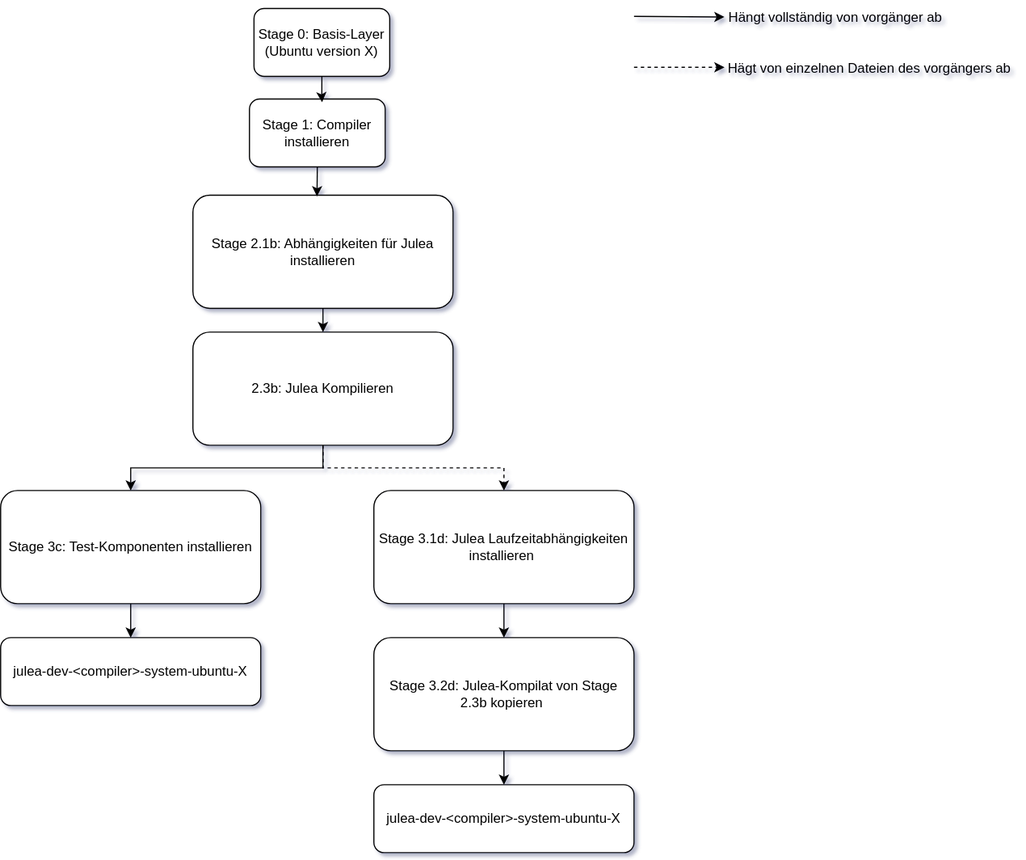
This is figures/modell-system-containerfile.drawio.svg from FinnHering/bachelor-arbeit, a draw.io export, as it was before one commit. Source tidied: cells renumbered, new cells last; positions are measured from the earlier drawing's top-left corner, leaving out a move shared by most shapes.
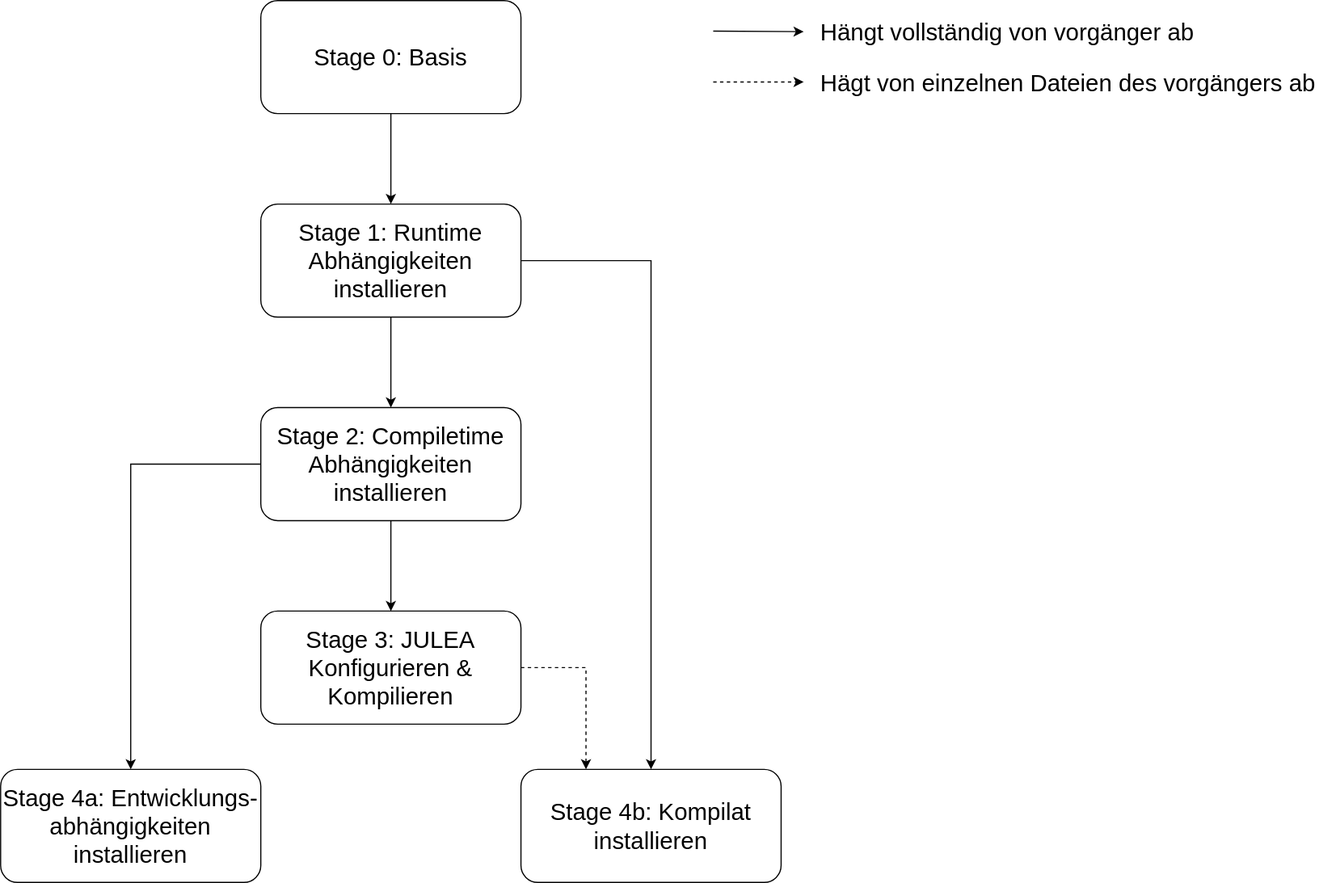
After the commit.

What changed in the source:
```diff
@@ -2,74 +2,63 @@
   <root>
     <mxCell id="0" />
     <mxCell id="1" parent="0" />
-    <mxCell id="2" value="Stage 1: Compiler installieren" style="rounded=1;whiteSpace=wrap;html=1;" parent="1" vertex="1">
-      <mxGeometry x="220" y="88" width="120" height="60" as="geometry" />
-    </mxCell>
-    <mxCell id="3" style="edgeStyle=orthogonalEdgeStyle;rounded=0;jettySize=auto;html=1;exitX=0.5;exitY=1;exitDx=0;exitDy=0;entryX=0.5;entryY=0;entryDx=0;entryDy=0;" parent="1" edge="1" source="4" target="7">
-      <mxGeometry relative="1" as="geometry" />
-    </mxCell>
-    <mxCell id="4" value="Stage 2.1b: Abhängigkeiten für Julea installieren" style="whiteSpace=wrap;html=1;rounded=1;" parent="1" vertex="1">
-      <mxGeometry x="170" y="173" width="230" height="100" as="geometry" />
-    </mxCell>
-    <mxCell id="5" style="edgeStyle=orthogonalEdgeStyle;rounded=0;jettySize=auto;html=1;entryX=0.5;entryY=0;entryDx=0;entryDy=0;" parent="1" edge="1" source="7" target="9">
-      <mxGeometry relative="1" as="geometry" />
-    </mxCell>
-    <mxCell id="6" style="edgeStyle=orthogonalEdgeStyle;rounded=0;jettySize=auto;html=1;entryX=0.5;entryY=0;entryDx=0;entryDy=0;dashed=1;" parent="1" edge="1" source="7" target="11">
-      <mxGeometry relative="1" as="geometry" />
-    </mxCell>
-    <mxCell id="7" value="2.3b: Julea Kompilieren" style="whiteSpace=wrap;html=1;rounded=1;" parent="1" vertex="1">
-      <mxGeometry x="170" y="294" width="230" height="100" as="geometry" />
-    </mxCell>
-    <mxCell id="8" style="edgeStyle=orthogonalEdgeStyle;rounded=0;jettySize=auto;html=1;entryX=0.5;entryY=0;entryDx=0;entryDy=0;" parent="1" edge="1" source="9" target="20">
-      <mxGeometry relative="1" as="geometry" />
-    </mxCell>
-    <mxCell id="9" value="Stage 3c: Test-Komponenten installieren" style="whiteSpace=wrap;html=1;rounded=1;" parent="1" vertex="1">
-      <mxGeometry y="434" width="230" height="100" as="geometry" />
-    </mxCell>
-    <mxCell id="10" style="edgeStyle=orthogonalEdgeStyle;rounded=0;jettySize=auto;html=1;" parent="1" edge="1" source="11" target="13">
-      <mxGeometry relative="1" as="geometry" />
-    </mxCell>
-    <mxCell id="11" value="Stage 3.1d: Julea Laufzeitabhängigkeiten installieren&amp;nbsp;" style="whiteSpace=wrap;html=1;rounded=1;" parent="1" vertex="1">
-      <mxGeometry x="330" y="434" width="230" height="100" as="geometry" />
-    </mxCell>
-    <mxCell id="12" style="edgeStyle=orthogonalEdgeStyle;rounded=0;jettySize=auto;html=1;entryX=0.5;entryY=0;entryDx=0;entryDy=0;" parent="1" edge="1" source="13" target="21">
-      <mxGeometry relative="1" as="geometry" />
-    </mxCell>
-    <mxCell id="13" value="Stage 3.2d: Julea-Kompilat von Stage 2.3b kopieren&amp;nbsp;" style="whiteSpace=wrap;html=1;rounded=1;" parent="1" vertex="1">
-      <mxGeometry x="330" y="564" width="230" height="100" as="geometry" />
-    </mxCell>
     <mxCell id="14" style="endArrow=classic;html=1;rounded=0;dashed=1;" parent="1" edge="1">
       <mxGeometry relative="1" as="geometry">
-        <mxPoint x="560" y="60" as="sourcePoint" />
-        <mxPoint x="640" y="60" as="targetPoint" />
+        <mxPoint x="547" y="60" as="sourcePoint" />
+        <mxPoint x="627" y="60" as="targetPoint" />
       </mxGeometry>
     </mxCell>
     <mxCell id="15" style="endArrow=classic;html=1;rounded=0;" parent="1" edge="1">
       <mxGeometry relative="1" as="geometry">
-        <mxPoint x="560" y="15" as="sourcePoint" />
-        <mxPoint x="640" y="15.5" as="targetPoint" />
+        <mxPoint x="547" y="15" as="sourcePoint" />
+        <mxPoint x="627" y="15.5" as="targetPoint" />
       </mxGeometry>
     </mxCell>
-    <mxCell id="16" value="Hängt vollständig von vorgänger ab&amp;nbsp;" style="text;html=1;align=center;verticalAlign=middle;whiteSpace=wrap;rounded=0;" parent="1" vertex="1">
-      <mxGeometry x="640" y="0.5" width="200" height="30" as="geometry" />
+    <mxCell id="16" value="Hängt vollständig von vorgänger ab&amp;nbsp;" style="text;html=1;align=left;verticalAlign=middle;whiteSpace=wrap;rounded=0;fontSize=21;" parent="1" vertex="1">
+      <mxGeometry x="640" y="0.5" width="367" height="30" as="geometry" />
     </mxCell>
-    <mxCell id="17" value="Hägt von einzelnen Dateien des vorgängers ab&amp;nbsp;" style="text;html=1;align=center;verticalAlign=middle;whiteSpace=wrap;rounded=0;" parent="1" vertex="1">
-      <mxGeometry x="640" y="45.5" width="260" height="30" as="geometry" />
+    <mxCell id="17" value="Hägt von einzelnen Dateien des vorgängers ab&amp;nbsp;" style="text;html=1;align=left;verticalAlign=middle;whiteSpace=wrap;rounded=0;fontSize=21;" parent="1" vertex="1">
+      <mxGeometry x="640" y="45.5" width="457" height="30" as="geometry" />
     </mxCell>
-    <mxCell id="18" value="Stage 0: Basis-Layer (Ubuntu version X)" style="rounded=1;whiteSpace=wrap;html=1;" parent="1" vertex="1">
-      <mxGeometry x="224" y="8" width="120" height="60" as="geometry" />
-    </mxCell>
-    <mxCell id="19" style="edgeStyle=orthogonalEdgeStyle;rounded=0;jettySize=auto;html=1;entryX=0.535;entryY=0.048;entryDx=0;entryDy=0;entryPerimeter=0;" parent="1" edge="1" source="18" target="2">
-      <mxGeometry relative="1" as="geometry" />
-    </mxCell>
-    <mxCell id="20" value="julea-dev-&amp;lt;compiler&amp;gt;-system-ubuntu-X" style="whiteSpace=wrap;html=1;rounded=1;" parent="1" vertex="1">
-      <mxGeometry y="564" width="230" height="60" as="geometry" />
-    </mxCell>
-    <mxCell id="21" value="julea-dev-&amp;lt;compiler&amp;gt;-system-ubuntu-X" style="whiteSpace=wrap;html=1;rounded=1;" parent="1" vertex="1">
-      <mxGeometry x="330" y="694" width="230" height="60" as="geometry" />
-    </mxCell>
-    <mxCell id="22" style="edgeStyle=orthogonalEdgeStyle;rounded=0;jettySize=auto;html=1;exitX=0.5;exitY=1;exitDx=0;exitDy=0;entryX=0.477;entryY=0.01;entryDx=0;entryDy=0;entryPerimeter=0;" parent="1" edge="1" source="2" target="4">
-      <mxGeometry relative="1" as="geometry" />
-    </mxCell>
+    <mxCell id="23" style="edgeStyle=orthogonalEdgeStyle;rounded=0;jettySize=auto;html=1;" parent="1" edge="1" source="24" target="26">
+      <mxGeometry relative="1" as="geometry" />
+    </mxCell>
+    <mxCell id="24" value="&lt;font style=&quot;font-size: 21px;&quot;&gt;Stage 0: Basis&lt;/font&gt;" style="whiteSpace=wrap;html=1;rounded=1;" parent="1" vertex="1">
+      <mxGeometry x="147" y="-12" width="230" height="100" as="geometry" />
+    </mxCell>
+    <mxCell id="25" style="edgeStyle=orthogonalEdgeStyle;rounded=0;jettySize=auto;html=1;" parent="1" edge="1" source="26" target="30">
+      <mxGeometry relative="1" as="geometry" />
+    </mxCell>
+    <mxCell id="26" value="&lt;font style=&quot;font-size: 21px;&quot;&gt;Stage 1: Runtime Abhängigkeiten installieren&lt;/font&gt;" style="whiteSpace=wrap;html=1;rounded=1;fontSize=21;" parent="1" vertex="1">
+      <mxGeometry x="147" y="168" width="230" height="100" as="geometry" />
+    </mxCell>
+    <mxCell id="27" style="edgeStyle=orthogonalEdgeStyle;rounded=0;jettySize=auto;html=1;" parent="1" edge="1" source="30" target="32">
+      <mxGeometry relative="1" as="geometry" />
+    </mxCell>
+    <mxCell id="28" style="edgeStyle=orthogonalEdgeStyle;rounded=0;jettySize=auto;html=1;exitX=0;exitY=0.5;exitDx=0;exitDy=0;entryX=0.5;entryY=0;entryDx=0;entryDy=0;" parent="1" edge="1" source="30" target="33">
+      <mxGeometry relative="1" as="geometry" />
+    </mxCell>
+    <mxCell id="29" style="edgeStyle=orthogonalEdgeStyle;rounded=0;jettySize=auto;html=1;exitX=1;exitY=0.5;exitDx=0;exitDy=0;" parent="1" edge="1" source="26" target="34">
+      <mxGeometry relative="1" as="geometry">
+        <Array as="points">
+          <mxPoint x="492" y="218" />
+        </Array>
+      </mxGeometry>
+    </mxCell>
+    <mxCell id="30" value="&lt;font style=&quot;font-size: 21px;&quot;&gt;Stage 2: Compiletime Abhängigkeiten installieren&lt;/font&gt;" style="whiteSpace=wrap;html=1;rounded=1;fontSize=21;" parent="1" vertex="1">
+      <mxGeometry x="147" y="348" width="230" height="100" as="geometry" />
+    </mxCell>
+    <mxCell id="31" style="edgeStyle=orthogonalEdgeStyle;rounded=0;jettySize=auto;html=1;exitX=1;exitY=0.5;exitDx=0;exitDy=0;entryX=0.25;entryY=0;entryDx=0;entryDy=0;dashed=1;" parent="1" edge="1" source="32" target="34">
+      <mxGeometry relative="1" as="geometry" />
+    </mxCell>
+    <mxCell id="32" value="&lt;font style=&quot;font-size: 21px;&quot;&gt;Stage 3: JULEA Konfigurieren &amp;amp; Kompilieren&lt;/font&gt;" style="whiteSpace=wrap;html=1;rounded=1;fontSize=21;" parent="1" vertex="1">
+      <mxGeometry x="147" y="528" width="230" height="100" as="geometry" />
+    </mxCell>
+    <mxCell id="33" value="&lt;font style=&quot;font-size: 21px;&quot;&gt;Stage 4a: Entwicklungs-abhängigkeiten installieren&lt;/font&gt;" style="whiteSpace=wrap;html=1;rounded=1;fontSize=21;" parent="1" vertex="1">
+      <mxGeometry x="-83" y="668" width="230" height="100" as="geometry" />
+    </mxCell>
+    <mxCell id="34" value="&lt;font style=&quot;font-size: 21px;&quot;&gt;Stage 4b: Kompilat installieren&lt;/font&gt;" style="whiteSpace=wrap;html=1;rounded=1;fontSize=21;" parent="1" vertex="1">
+      <mxGeometry x="377" y="668" width="230" height="100" as="geometry" />
+    </mxCell>
   </root>
 </mxGraphModel>
```
